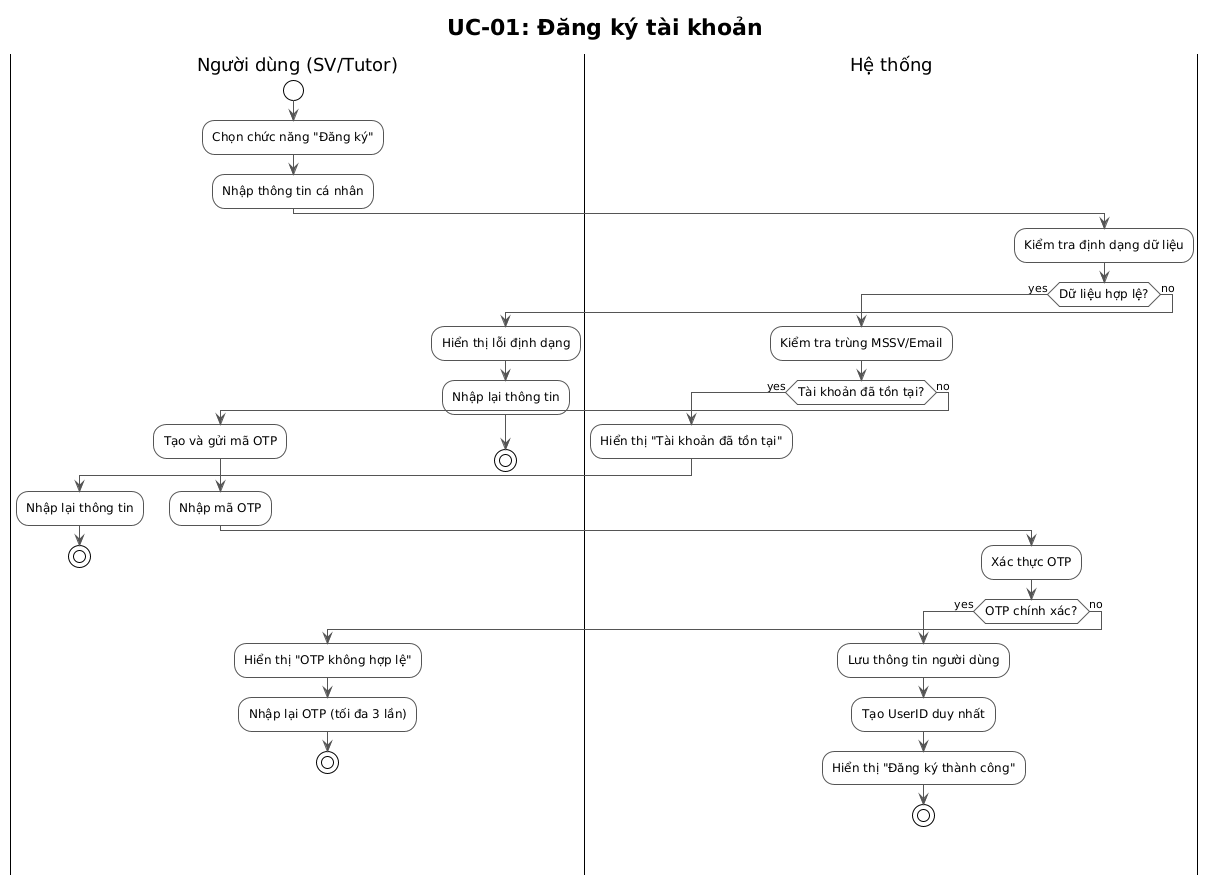
The PlantUML diagram Picture/ACUC01.png in MrCopperrrr/Software_Engineering_Assignment_Report, before a commit.
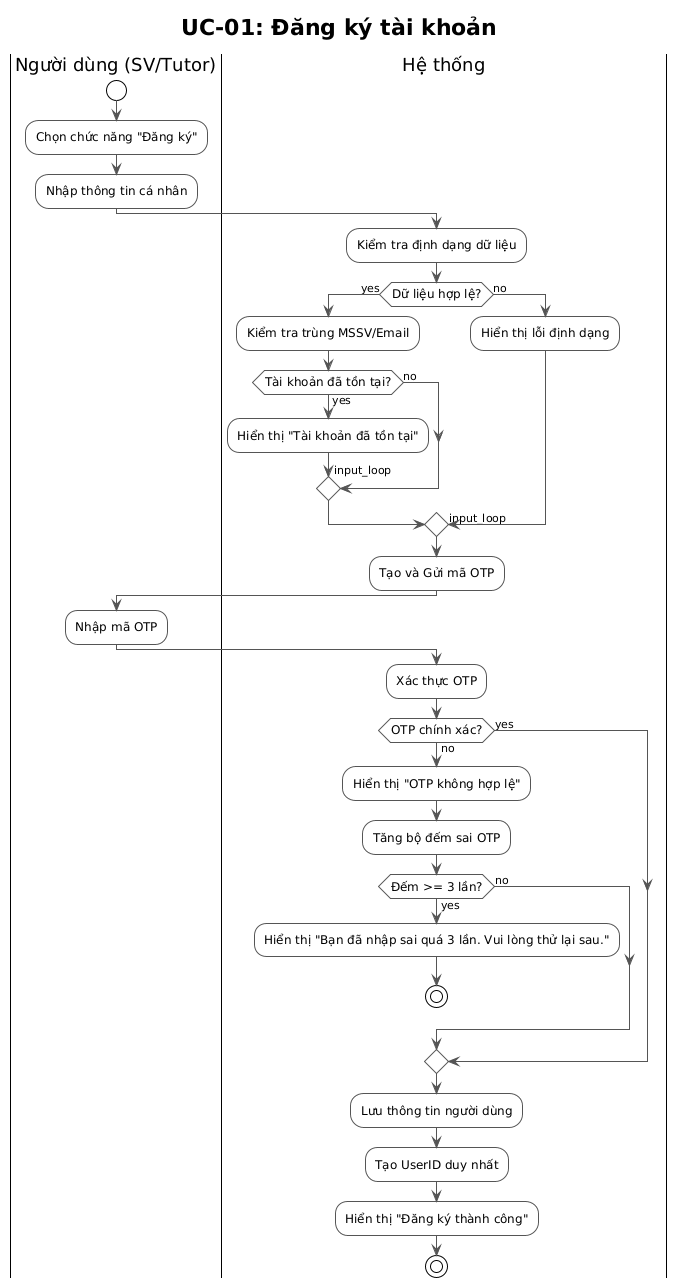
Above is the later version.

What changed in the source:
```diff
@@ -17,6 +17,8 @@
 |Người dùng (SV/Tutor)|
 start
 :Chọn chức năng "Đăng ký";
+
+label input_loop
 :Nhập thông tin cá nhân;
 
 |Hệ thống|
@@ -25,32 +27,37 @@
   :Kiểm tra trùng MSSV/Email;
   if (Tài khoản đã tồn tại?) then (yes)
     :Hiển thị "Tài khoản đã tồn tại";
-    |Người dùng (SV/Tutor)|
-    :Nhập lại thông tin;
-    stop
+    -> input_loop;
   else (no)
-    :Tạo và gửi mã OTP;
-    |Người dùng (SV/Tutor)|
-    :Nhập mã OTP;
-    |Hệ thống|
-    :Xác thực OTP;
-    if (OTP chính xác?) then (yes)
-      :Lưu thông tin người dùng;
-      :Tạo UserID duy nhất;
-      :Hiển thị "Đăng ký thành công";
-      stop
-    else (no)
-      |Người dùng (SV/Tutor)|
-      :Hiển thị "OTP không hợp lệ";
-      |Người dùng (SV/Tutor)|
-      :Nhập lại OTP (tối đa 3 lần);
-      stop
-    endif
   endif
 else (no)
   :Hiển thị lỗi định dạng;
-  |Người dùng (SV/Tutor)|
-  :Nhập lại thông tin;
-  stop
+  -> input_loop;
 endif
+
+:Tạo và Gửi mã OTP;
+
+|Người dùng (SV/Tutor)|
+label otp_loop
+:Nhập mã OTP;
+
+|Hệ thống|
+:Xác thực OTP;
+if (OTP chính xác?) then (yes)
+else (no)
+  :Hiển thị "OTP không hợp lệ";
+  :Tăng bộ đếm sai OTP;
+  if (Đếm >= 3 lần?) then (yes)
+    :Hiển thị "Bạn đã nhập sai quá 3 lần. Vui lòng thử lại sau.";
+    stop
+  else (no)
+    -> otp_loop;
+  endif
+endif
+
+:Lưu thông tin người dùng;
+:Tạo UserID duy nhất;
+:Hiển thị "Đăng ký thành công";
+
+stop
 @enduml
```
